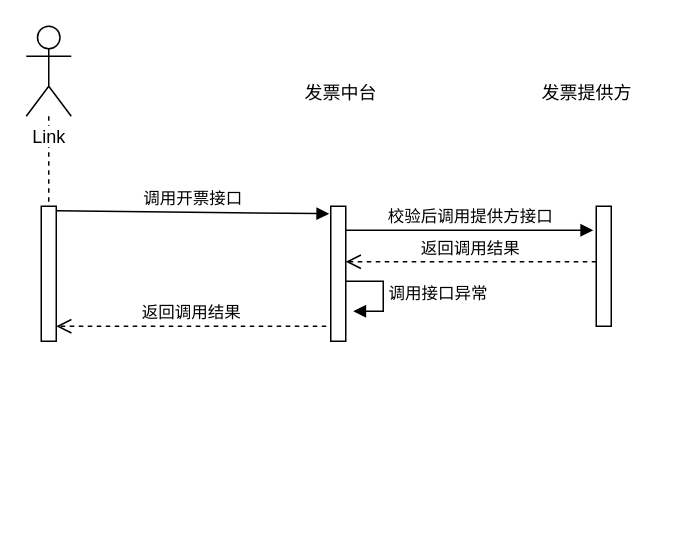
The draw.io diagram work/发票过程.drawio in HikariShine/umls, before the edit. Source tidied: cells renumbered, new cells numbered last; positions are measured from the earlier drawing's top-left corner, leaving out a move shared by most shapes. Both pictures are drawn from the tidied source at 150%, with x=0, y=0 at pixel (26, 26).
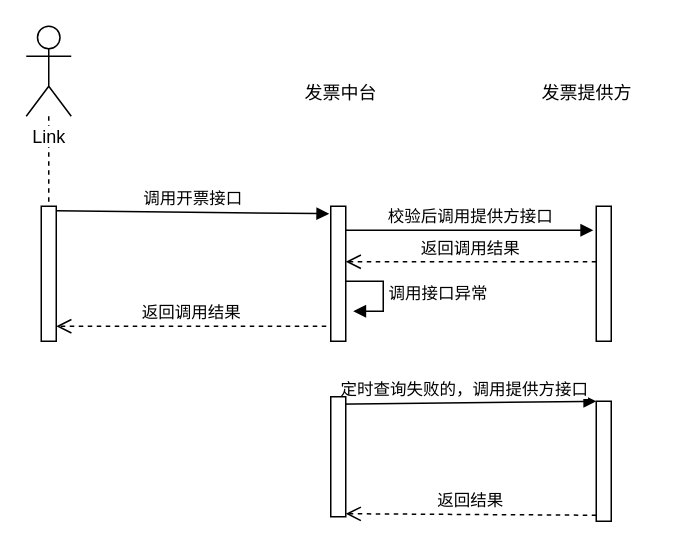
The same diagram, later.

Diff of the diagram source:
```diff
@@
     <mxCell id="9" style="html=1;perimeter=orthogonalPerimeter;" parent="1" vertex="1">
-      <mxGeometry x="380" y="120" width="10" height="80" as="geometry" />
+      <mxGeometry x="380" y="120" width="10" height="90" as="geometry" />
     </mxCell>
@@
+    <mxCell id="14" style="html=1;points=[];perimeter=orthogonalPerimeter;" parent="1" vertex="1">
+      <mxGeometry x="380" y="250" width="10" height="80" as="geometry" />
+    </mxCell>
+    <mxCell id="15" value="定时查询失败的，调用提供方接口" style="html=1;verticalAlign=bottom;endArrow=block;entryX=0;entryY=0;exitX=0.1;exitY=0.063;exitDx=0;exitDy=0;exitPerimeter=0;" parent="1" edge="1" source="17" target="14">
+      <mxGeometry relative="1" as="geometry" />
+    </mxCell>
+    <mxCell id="16" value="返回结果" style="html=1;verticalAlign=bottom;endArrow=open;dashed=1;endSize=8;exitX=0;exitY=0.95;entryX=1;entryY=0.975;entryDx=0;entryDy=0;entryPerimeter=0;" parent="1" edge="1" source="14" target="17">
+      <mxGeometry relative="1" as="geometry" />
+    </mxCell>
+    <mxCell id="17" style="html=1;points=[];perimeter=orthogonalPerimeter;" parent="1" vertex="1">
+      <mxGeometry x="203" y="247" width="10" height="80" as="geometry" />
+    </mxCell>
```
